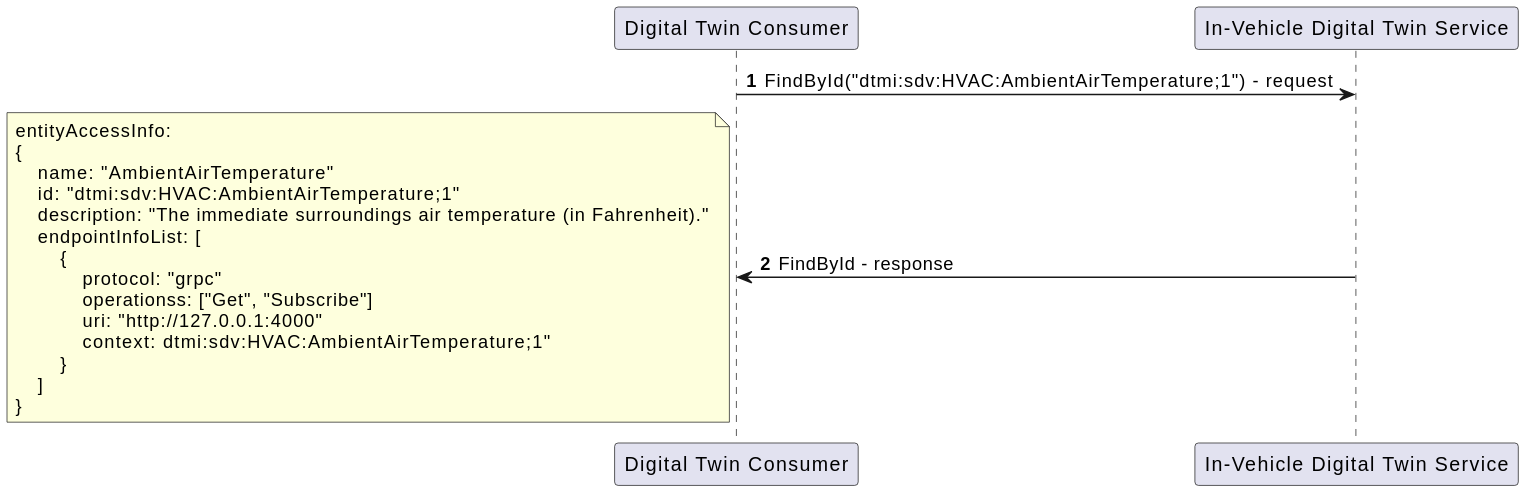
Earlier version of the PlantUML export docs/design/diagrams/findbyid_sequence.svg (eclipse-ibeji/ibeji).
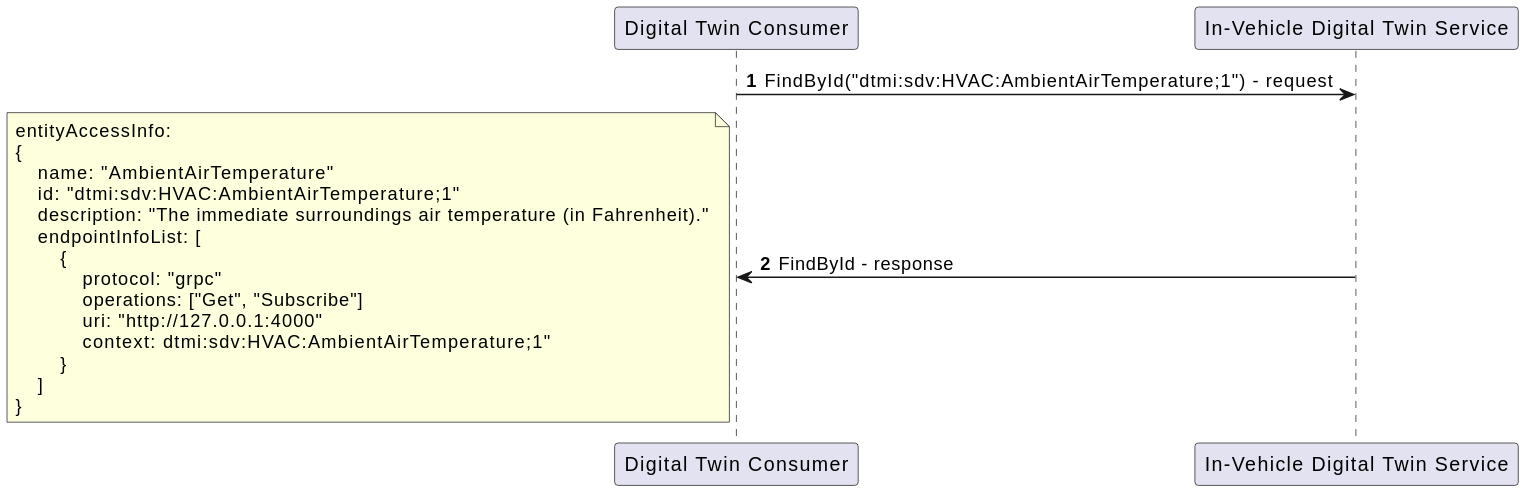
After the change.

Change to the diagram source:
```diff
@@ -12,7 +12,7 @@
     endpointInfoList: [
         {
             protocol: "grpc"
-            operationss: ["Get", "Subscribe"]
+            operations: ["Get", "Subscribe"]
             uri: "http://127.0.0.1:4000"
             context: dtmi:sdv:HVAC:AmbientAirTemperature;1"
         }
```
